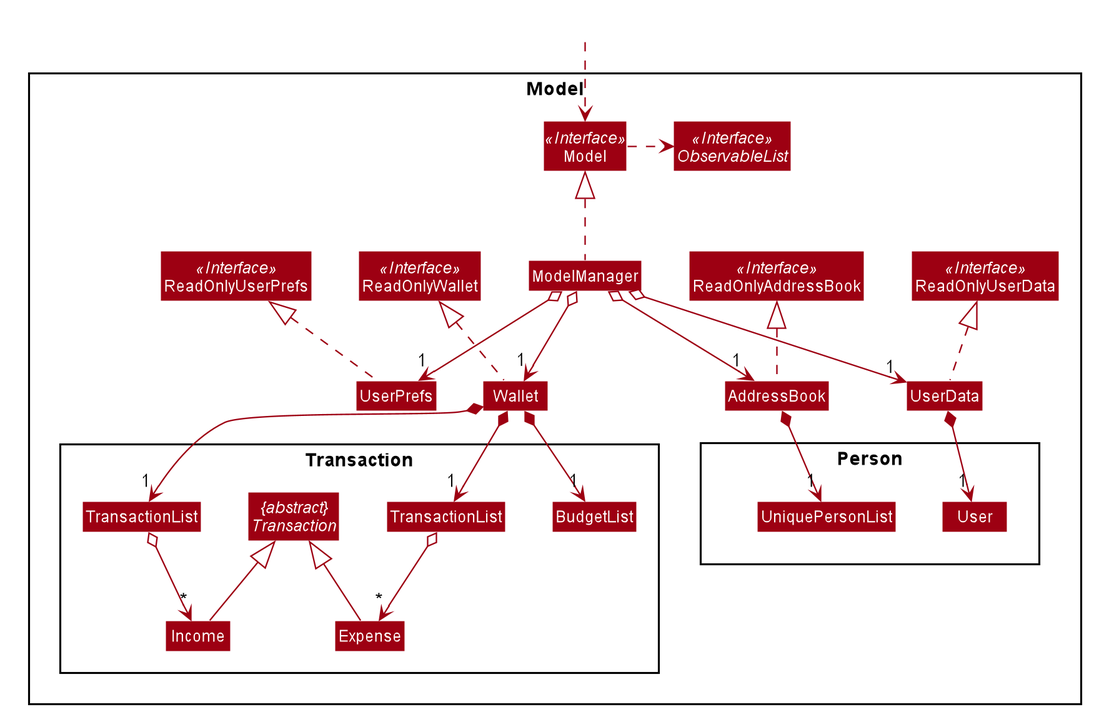
This is docs/images/ModelClassDiagram.png from syinyichen/main, a PlantUML export, as it was before one commit.
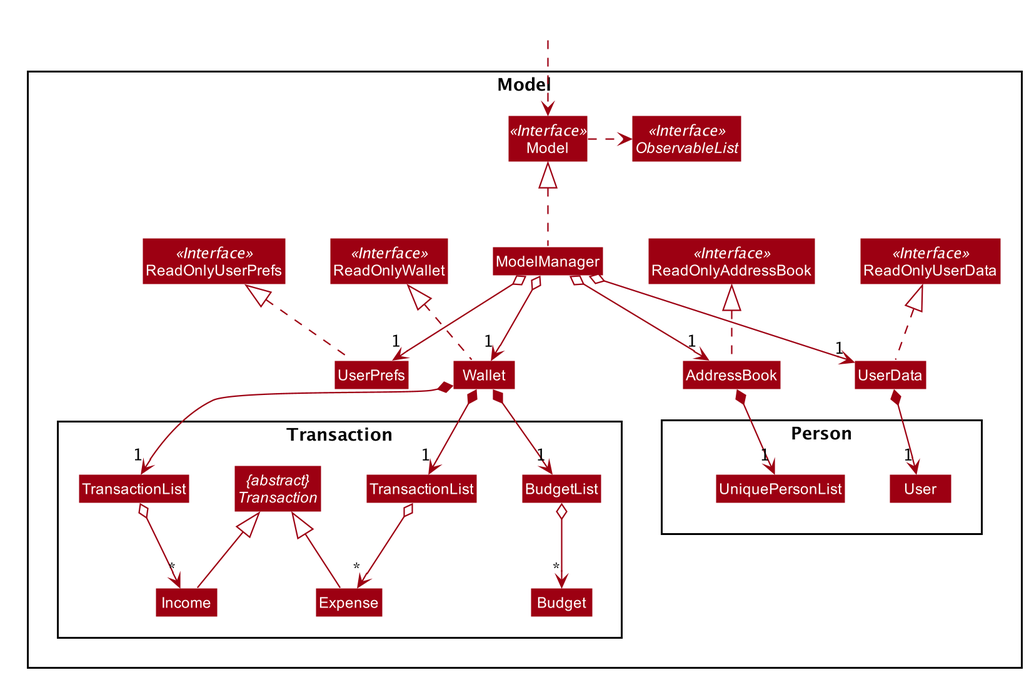
Above is the later version.

The edit, as a diff of the source:
```diff
@@ -82,6 +82,7 @@
 Class BudgetList
 Class Expense
 Class Income
+Class Budget
 abstract "{abstract}\nTransaction" as Transaction
 }
 }
@@ -112,6 +113,8 @@
 TransactionListExpense o--> "*" Expense
 TransactionListIncome o--> "*" Income
 
+BudgetList o--> "*" Budget
+
 Expense -up-|> Transaction
 Income -up-|> Transaction
 
```
